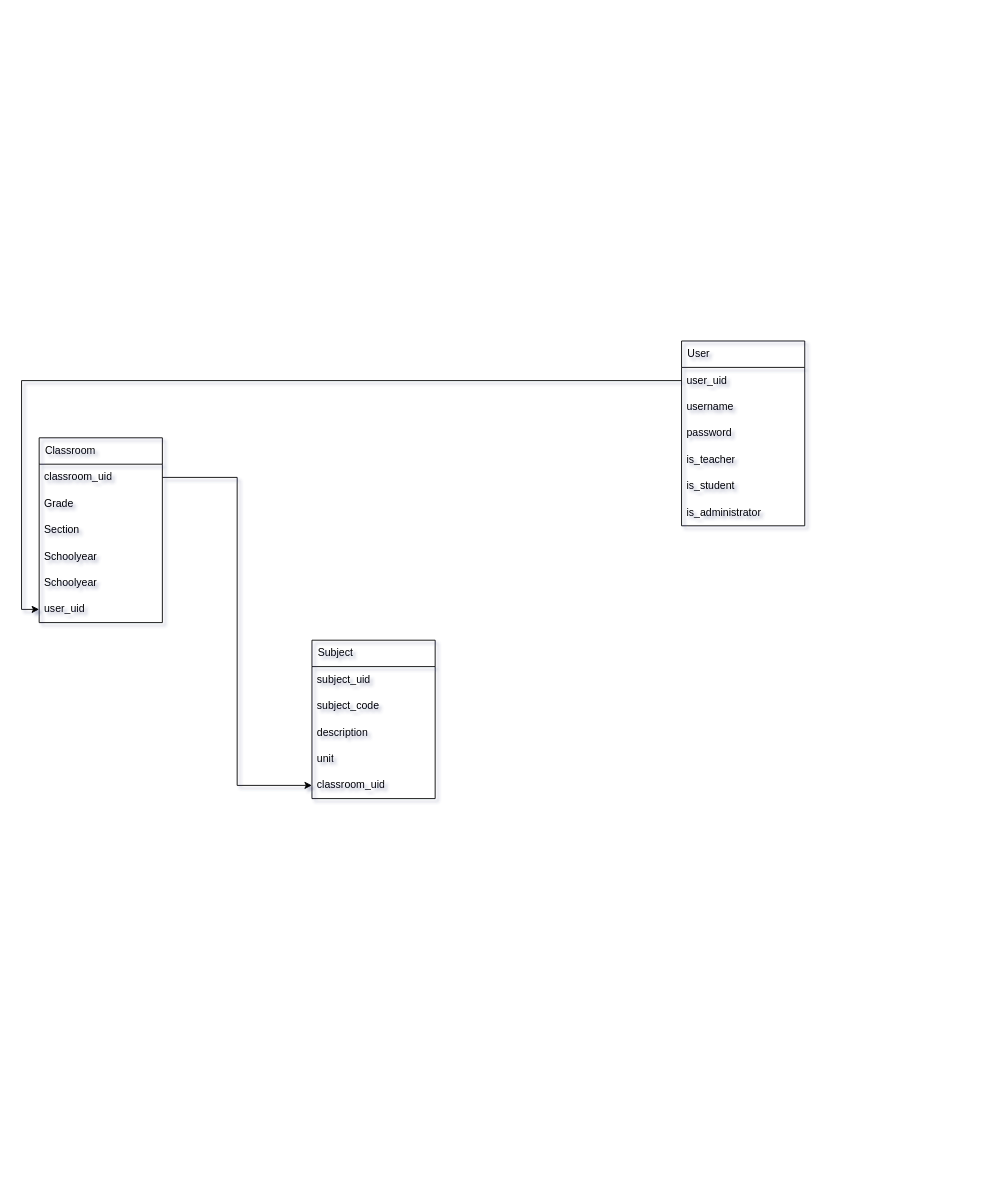
Before: Untitled Diagram.drawio in itzuki/EducBuddies, a draw.io diagram. Source tidied: cells renumbered, new cells numbered last; positions are measured from the earlier drawing's top-left corner, leaving out a move shared by most shapes. Both pictures are drawn from the tidied source at 88%, with x=0, y=0 at pixel (39, 341).
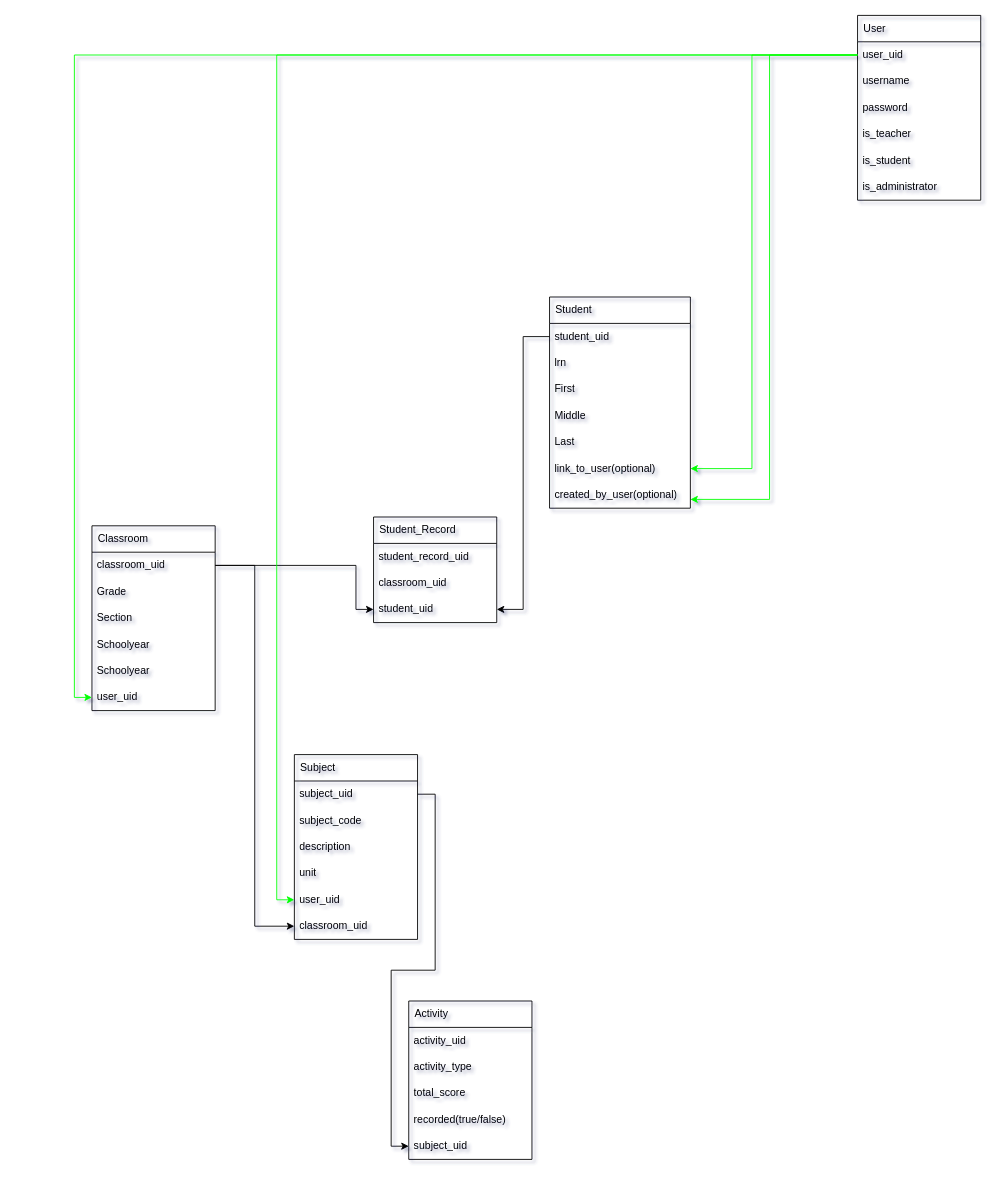
After the change.

Unchanged cells that the change refers to:
```xml
<mxCell id="3" value="classroom_uid" style="text;strokeColor=none;fillColor=none;align=left;verticalAlign=middle;spacingLeft=4;spacingRight=4;overflow=hidden;points=[[0,0.5],[1,0.5]];portConstraint=eastwest;whiteSpace=wrap;html=1;fontFamily=Helvetica;fontSize=12;fontColor=default;" parent="2" vertex="1">
  <mxGeometry y="30" width="140" height="30" as="geometry" />
</mxCell>
<mxCell id="8" value="user_uid" style="text;strokeColor=none;fillColor=none;align=left;verticalAlign=middle;spacingLeft=4;spacingRight=4;overflow=hidden;points=[[0,0.5],[1,0.5]];portConstraint=eastwest;whiteSpace=wrap;html=1;fontFamily=Helvetica;fontSize=12;fontColor=default;" parent="2" vertex="1">
  <mxGeometry y="180" width="140" height="30" as="geometry" />
</mxCell>
<mxCell id="10" value="subject_uid" style="text;strokeColor=none;fillColor=none;align=left;verticalAlign=middle;spacingLeft=4;spacingRight=4;overflow=hidden;points=[[0,0.5],[1,0.5]];portConstraint=eastwest;whiteSpace=wrap;html=1;fontFamily=Helvetica;fontSize=12;fontColor=default;" parent="9" vertex="1">
  <mxGeometry y="30" width="140" height="30" as="geometry" />
</mxCell>
<mxCell id="17" value="user_uid" style="text;strokeColor=none;fillColor=none;align=left;verticalAlign=middle;spacingLeft=4;spacingRight=4;overflow=hidden;points=[[0,0.5],[1,0.5]];portConstraint=eastwest;whiteSpace=wrap;html=1;fontFamily=Helvetica;fontSize=12;fontColor=default;" parent="16" vertex="1">
  <mxGeometry y="30" width="140" height="30" as="geometry" />
</mxCell>
```

Diff of the diagram source:
```diff
@@
     <mxCell id="2" value="Classroom" style="swimlane;fontStyle=0;horizontal=1;startSize=30;whiteSpace=wrap;html=1;strokeColor=inherit;align=left;verticalAlign=middle;spacingLeft=5;fontFamily=Helvetica;fontSize=12;fontColor=default;fillColor=none;" parent="1" vertex="1">
-      <mxGeometry y="110" width="140" height="210" as="geometry" />
+      <mxGeometry x="60" y="210" width="140" height="210" as="geometry" />
     </mxCell>
@@
     <mxCell id="9" value="Subject" style="swimlane;fontStyle=0;horizontal=1;startSize=30;whiteSpace=wrap;html=1;strokeColor=inherit;align=left;verticalAlign=middle;spacingLeft=5;fontFamily=Helvetica;fontSize=12;fontColor=default;fillColor=none;" parent="1" vertex="1">
-      <mxGeometry x="310" y="340" width="140" height="180" as="geometry" />
+      <mxGeometry x="290" y="470" width="140" height="210" as="geometry" />
     </mxCell>
@@
+    <mxCell id="24" value="user_uid" style="text;strokeColor=none;fillColor=none;align=left;verticalAlign=middle;spacingLeft=4;spacingRight=4;overflow=hidden;points=[[0,0.5],[1,0.5]];portConstraint=eastwest;whiteSpace=wrap;html=1;fontFamily=Helvetica;fontSize=12;fontColor=default;" parent="9" vertex="1">
+      <mxGeometry y="150" width="140" height="30" as="geometry" />
+    </mxCell>
     <mxCell id="14" value="classroom_uid" style="text;strokeColor=none;fillColor=none;align=left;verticalAlign=middle;spacingLeft=4;spacingRight=4;overflow=hidden;points=[[0,0.5],[1,0.5]];portConstraint=eastwest;whiteSpace=wrap;html=1;fontFamily=Helvetica;fontSize=12;fontColor=default;" parent="9" vertex="1">
-      <mxGeometry y="150" width="140" height="30" as="geometry" />
+      <mxGeometry y="180" width="140" height="30" as="geometry" />
     </mxCell>
@@
     <mxCell id="16" value="User" style="swimlane;fontStyle=0;horizontal=1;startSize=30;whiteSpace=wrap;html=1;strokeColor=inherit;align=left;verticalAlign=middle;spacingLeft=5;fontFamily=Helvetica;fontSize=12;fontColor=default;fillColor=none;" parent="1" vertex="1">
-      <mxGeometry x="730" width="140" height="210" as="geometry" />
+      <mxGeometry x="930" y="-370" width="140" height="210" as="geometry" />
     </mxCell>
@@
-    <mxCell id="23" style="edgeStyle=orthogonalEdgeStyle;rounded=0;jettySize=auto;html=1;entryX=0;entryY=0.5;entryDx=0;entryDy=0;fontFamily=Helvetica;fontSize=12;fontColor=default;" parent="1" edge="1" source="17" target="8">
+    <mxCell id="23" style="edgeStyle=orthogonalEdgeStyle;rounded=0;jettySize=auto;html=1;entryX=0;entryY=0.5;entryDx=0;entryDy=0;fontFamily=Helvetica;fontSize=12;fontColor=default;strokeColor=#00FF00;" parent="1" edge="1" source="17" target="8">
       <mxGeometry relative="1" as="geometry" />
     </mxCell>
+    <mxCell id="25" value="Student" style="swimlane;fontStyle=0;horizontal=1;startSize=30;whiteSpace=wrap;html=1;strokeColor=inherit;align=left;verticalAlign=middle;spacingLeft=5;fontFamily=Helvetica;fontSize=12;fontColor=default;fillColor=none;" parent="1" vertex="1">
+      <mxGeometry x="580" y="-50" width="160" height="240" as="geometry" />
+    </mxCell>
+    <mxCell id="26" value="student_uid" style="text;strokeColor=none;fillColor=none;align=left;verticalAlign=middle;spacingLeft=4;spacingRight=4;overflow=hidden;points=[[0,0.5],[1,0.5]];portConstraint=eastwest;whiteSpace=wrap;html=1;fontFamily=Helvetica;fontSize=12;fontColor=default;" parent="25" vertex="1">
+      <mxGeometry y="30" width="160" height="30" as="geometry" />
+    </mxCell>
+    <mxCell id="27" value="lrn" style="text;strokeColor=none;fillColor=none;align=left;verticalAlign=middle;spacingLeft=4;spacingRight=4;overflow=hidden;whiteSpace=wrap;html=1;fontFamily=Helvetica;fontSize=12;fontColor=default;" parent="25" vertex="1">
+      <mxGeometry y="60" width="160" height="30" as="geometry" />
+    </mxCell>
+    <mxCell id="28" value="First" style="text;strokeColor=none;fillColor=none;align=left;verticalAlign=middle;spacingLeft=4;spacingRight=4;overflow=hidden;whiteSpace=wrap;html=1;fontFamily=Helvetica;fontSize=12;fontColor=default;" parent="25" vertex="1">
+      <mxGeometry y="90" width="160" height="30" as="geometry" />
+    </mxCell>
+    <mxCell id="29" value="Middle" style="text;strokeColor=none;fillColor=none;align=left;verticalAlign=middle;spacingLeft=4;spacingRight=4;overflow=hidden;whiteSpace=wrap;html=1;fontFamily=Helvetica;fontSize=12;fontColor=default;" parent="25" vertex="1">
+      <mxGeometry y="120" width="160" height="30" as="geometry" />
+    </mxCell>
+    <mxCell id="30" value="Last" style="text;strokeColor=none;fillColor=none;align=left;verticalAlign=middle;spacingLeft=4;spacingRight=4;overflow=hidden;whiteSpace=wrap;html=1;fontFamily=Helvetica;fontSize=12;fontColor=default;" parent="25" vertex="1">
+      <mxGeometry y="150" width="160" height="30" as="geometry" />
+    </mxCell>
+    <mxCell id="31" value="link_to_user(optional)" style="text;strokeColor=none;fillColor=none;align=left;verticalAlign=middle;spacingLeft=4;spacingRight=4;overflow=hidden;points=[[0,0.5],[1,0.5]];portConstraint=eastwest;whiteSpace=wrap;html=1;fontFamily=Helvetica;fontSize=12;fontColor=default;" parent="25" vertex="1">
+      <mxGeometry y="180" width="160" height="30" as="geometry" />
+    </mxCell>
+    <mxCell id="32" value="created_by_user(optional)" style="text;strokeColor=none;fillColor=none;align=left;verticalAlign=middle;spacingLeft=4;spacingRight=4;overflow=hidden;points=[[0,0.5],[1,0.5]];portConstraint=eastwest;whiteSpace=wrap;html=1;fontFamily=Helvetica;fontSize=12;fontColor=default;" parent="25" vertex="1">
+      <mxGeometry y="210" width="160" height="30" as="geometry" />
+    </mxCell>
+    <mxCell id="33" style="edgeStyle=orthogonalEdgeStyle;rounded=0;jettySize=auto;html=1;fontFamily=Helvetica;fontSize=12;fontColor=default;strokeColor=#00FF00;" parent="1" edge="1" source="17" target="32">
+      <mxGeometry relative="1" as="geometry">
+        <Array as="points">
+          <mxPoint x="830" y="-325" />
+          <mxPoint x="830" y="180" />
+        </Array>
+      </mxGeometry>
+    </mxCell>
+    <mxCell id="34" value="Student_Record" style="swimlane;fontStyle=0;horizontal=1;startSize=30;whiteSpace=wrap;html=1;strokeColor=inherit;align=left;verticalAlign=middle;spacingLeft=5;fontFamily=Helvetica;fontSize=12;fontColor=default;fillColor=none;" parent="1" vertex="1">
+      <mxGeometry x="380" y="200" width="140" height="120" as="geometry" />
+    </mxCell>
+    <mxCell id="35" value="student_record_uid" style="text;strokeColor=none;fillColor=none;align=left;verticalAlign=middle;spacingLeft=4;spacingRight=4;overflow=hidden;whiteSpace=wrap;html=1;fontFamily=Helvetica;fontSize=12;fontColor=default;" parent="34" vertex="1">
+      <mxGeometry y="30" width="140" height="30" as="geometry" />
+    </mxCell>
+    <mxCell id="36" value="classroom_uid" style="text;strokeColor=none;fillColor=none;align=left;verticalAlign=middle;spacingLeft=4;spacingRight=4;overflow=hidden;whiteSpace=wrap;html=1;fontFamily=Helvetica;fontSize=12;fontColor=default;" parent="34" vertex="1">
+      <mxGeometry y="60" width="140" height="30" as="geometry" />
+    </mxCell>
+    <mxCell id="37" value="student_uid" style="text;strokeColor=none;fillColor=none;align=left;verticalAlign=middle;spacingLeft=4;spacingRight=4;overflow=hidden;points=[[0,0.5],[1,0.5]];portConstraint=eastwest;whiteSpace=wrap;html=1;fontFamily=Helvetica;fontSize=12;fontColor=default;" parent="34" vertex="1">
+      <mxGeometry y="90" width="140" height="30" as="geometry" />
+    </mxCell>
+    <mxCell id="38" style="edgeStyle=orthogonalEdgeStyle;rounded=0;jettySize=auto;html=1;fontFamily=Helvetica;fontSize=12;fontColor=default;entryX=0;entryY=0.5;entryDx=0;entryDy=0;" parent="1" edge="1" source="3" target="37">
+      <mxGeometry relative="1" as="geometry">
+        <Array as="points">
+          <mxPoint x="360" y="255" />
+          <mxPoint x="360" y="305" />
+        </Array>
+      </mxGeometry>
+    </mxCell>
+    <mxCell id="39" style="edgeStyle=orthogonalEdgeStyle;rounded=0;jettySize=auto;html=1;entryX=1;entryY=0.5;entryDx=0;entryDy=0;fontFamily=Helvetica;fontSize=12;fontColor=default;" parent="1" edge="1" source="26" target="37">
+      <mxGeometry relative="1" as="geometry" />
+    </mxCell>
+    <mxCell id="40" style="edgeStyle=orthogonalEdgeStyle;rounded=0;jettySize=auto;html=1;fontFamily=Helvetica;fontSize=12;fontColor=default;strokeColor=#00FF00;" parent="1" edge="1" source="17" target="31">
+      <mxGeometry relative="1" as="geometry">
+        <Array as="points">
+          <mxPoint x="810" y="-325" />
+          <mxPoint x="810" y="145" />
+        </Array>
+      </mxGeometry>
+    </mxCell>
+    <mxCell id="41" value="Activity" style="swimlane;fontStyle=0;horizontal=1;startSize=30;whiteSpace=wrap;html=1;strokeColor=inherit;align=left;verticalAlign=middle;spacingLeft=5;fontFamily=Helvetica;fontSize=12;fontColor=default;fillColor=none;" parent="1" vertex="1">
+      <mxGeometry x="420" y="750" width="140" height="180" as="geometry" />
+    </mxCell>
+    <mxCell id="42" value="activity_uid" style="text;strokeColor=none;fillColor=none;align=left;verticalAlign=middle;spacingLeft=4;spacingRight=4;overflow=hidden;whiteSpace=wrap;html=1;fontFamily=Helvetica;fontSize=12;fontColor=default;" parent="41" vertex="1">
+      <mxGeometry y="30" width="140" height="30" as="geometry" />
+    </mxCell>
+    <mxCell id="43" value="activity_type" style="text;strokeColor=none;fillColor=none;align=left;verticalAlign=middle;spacingLeft=4;spacingRight=4;overflow=hidden;whiteSpace=wrap;html=1;fontFamily=Helvetica;fontSize=12;fontColor=default;" parent="41" vertex="1">
+      <mxGeometry y="60" width="140" height="30" as="geometry" />
+    </mxCell>
+    <mxCell id="44" value="total_score" style="text;strokeColor=none;fillColor=none;align=left;verticalAlign=middle;spacingLeft=4;spacingRight=4;overflow=hidden;whiteSpace=wrap;html=1;fontFamily=Helvetica;fontSize=12;fontColor=default;" parent="41" vertex="1">
+      <mxGeometry y="90" width="140" height="30" as="geometry" />
+    </mxCell>
+    <mxCell id="45" value="recorded(true/false)" style="text;strokeColor=none;fillColor=none;align=left;verticalAlign=middle;spacingLeft=4;spacingRight=4;overflow=hidden;whiteSpace=wrap;html=1;fontFamily=Helvetica;fontSize=12;fontColor=default;" parent="41" vertex="1">
+      <mxGeometry y="120" width="140" height="30" as="geometry" />
+    </mxCell>
+    <mxCell id="46" value="subject_uid" style="text;strokeColor=none;fillColor=none;align=left;verticalAlign=middle;spacingLeft=4;spacingRight=4;overflow=hidden;points=[[0,0.5],[1,0.5]];portConstraint=eastwest;whiteSpace=wrap;html=1;fontFamily=Helvetica;fontSize=12;fontColor=default;" parent="41" vertex="1">
+      <mxGeometry y="150" width="140" height="30" as="geometry" />
+    </mxCell>
+    <mxCell id="47" style="edgeStyle=orthogonalEdgeStyle;rounded=0;jettySize=auto;html=1;entryX=0;entryY=0.5;entryDx=0;entryDy=0;fontFamily=Helvetica;fontSize=12;fontColor=default;" parent="1" edge="1" source="10" target="46">
+      <mxGeometry relative="1" as="geometry" />
+    </mxCell>
+    <mxCell id="48" style="edgeStyle=orthogonalEdgeStyle;rounded=0;jettySize=auto;html=1;fontFamily=Helvetica;fontSize=12;fontColor=default;fillColor=#FF8000;strokeColor=#00FF00;" parent="1" edge="1" source="17" target="24">
+      <mxGeometry relative="1" as="geometry">
+        <Array as="points">
+          <mxPoint x="270" y="-325" />
+          <mxPoint x="270" y="635" />
+        </Array>
+      </mxGeometry>
+    </mxCell>
```
